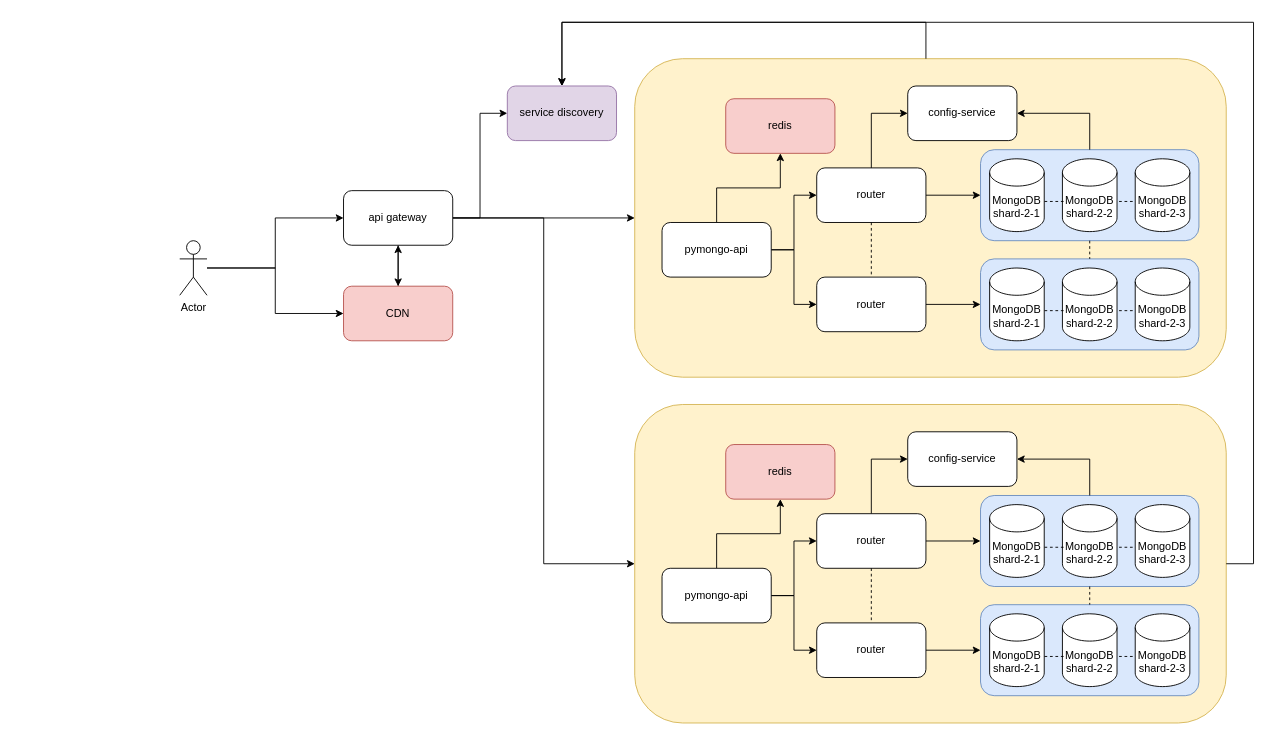
This is docs/schema_with_cdn.drawio from Toolnado/architecture-pro-black_friday, a draw.io file, before an edit. Source tidied: cells renumbered, new cells numbered last; positions are measured from the earlier drawing's top-left corner, leaving out a move shared by most shapes. Both pictures are drawn from the tidied source at 91%, with x=0, y=0 at pixel (179, 22).
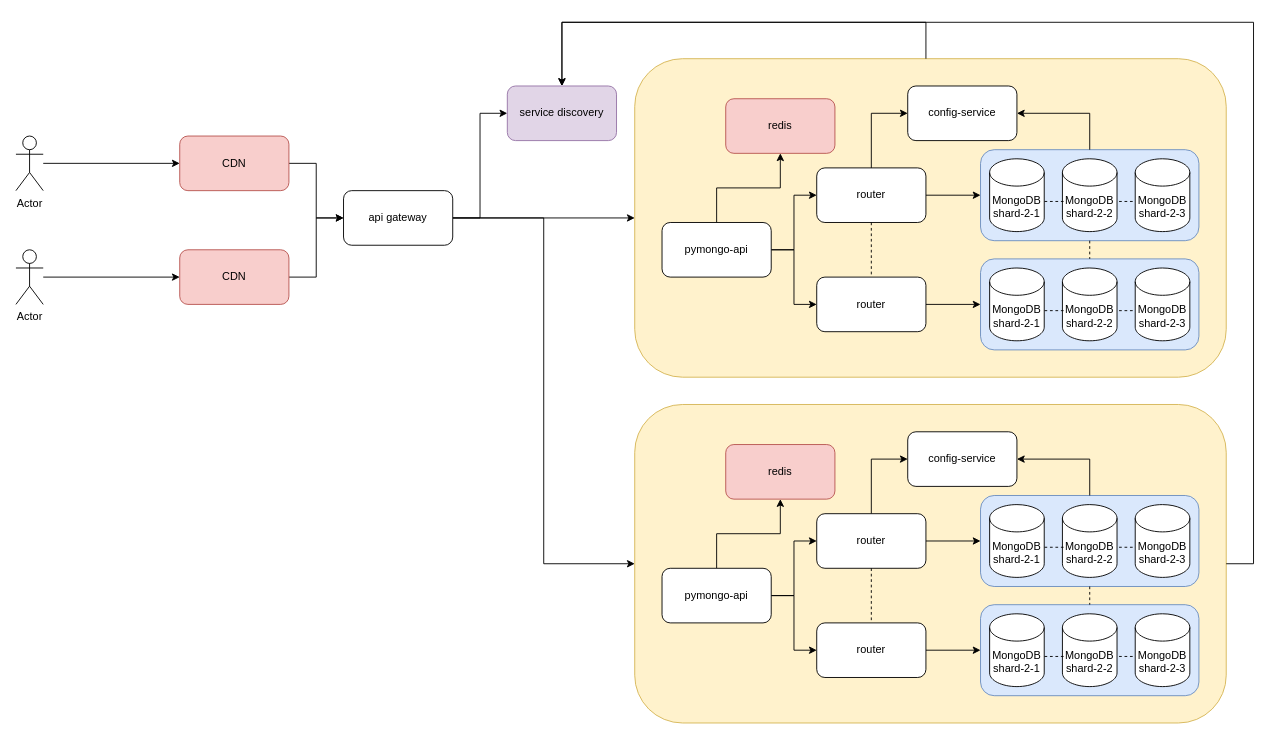
The same page after the edit.

Commit message:
обновил cdn схему

The change refers to these unchanged cells:
```xml
<mxCell id="6" value="api gateway" style="rounded=1;whiteSpace=wrap;html=1;" parent="1" vertex="1">
  <mxGeometry x="180" y="185" width="120" height="60" as="geometry" />
</mxCell>
```

Diff of the diagram source:
```diff
@@
-    <mxCell id="5" style="edgeStyle=orthogonalEdgeStyle;rounded=0;jettySize=auto;html=1;entryX=0.5;entryY=0;entryDx=0;entryDy=0;" parent="1" edge="1" source="6" target="75">
-      <mxGeometry relative="1" as="geometry" />
-    </mxCell>
@@
-    <mxCell id="74" style="edgeStyle=orthogonalEdgeStyle;rounded=0;jettySize=auto;html=1;entryX=0.5;entryY=1;entryDx=0;entryDy=0;" parent="1" edge="1" source="75" target="6">
+    <mxCell id="74" style="edgeStyle=orthogonalEdgeStyle;rounded=0;jettySize=auto;html=1;entryX=0;entryY=0.5;entryDx=0;entryDy=0;" parent="1" edge="1" source="75" target="6">
       <mxGeometry relative="1" as="geometry" />
     </mxCell>
     <mxCell id="75" value="CDN" style="rounded=1;whiteSpace=wrap;html=1;fillColor=#f8cecc;strokeColor=#b85450;" parent="1" vertex="1">
-      <mxGeometry x="180" y="290" width="120" height="60" as="geometry" />
+      <mxGeometry y="125" width="120" height="60" as="geometry" />
     </mxCell>
@@
-    <mxCell id="77" style="edgeStyle=orthogonalEdgeStyle;rounded=0;jettySize=auto;html=1;entryX=0;entryY=0.5;entryDx=0;entryDy=0;" parent="1" edge="1" source="78" target="6">
-      <mxGeometry relative="1" as="geometry" />
-    </mxCell>
     <mxCell id="78" value="Actor" style="shape=umlActor;verticalLabelPosition=bottom;verticalAlign=top;html=1;outlineConnect=0;" parent="1" vertex="1">
-      <mxGeometry y="240" width="30" height="60" as="geometry" />
+      <mxGeometry x="-180" y="125" width="30" height="60" as="geometry" />
     </mxCell>
+    <mxCell id="79" style="edgeStyle=orthogonalEdgeStyle;rounded=0;jettySize=auto;html=1;entryX=0;entryY=0.5;entryDx=0;entryDy=0;" parent="1" edge="1" source="80" target="6">
+      <mxGeometry relative="1" as="geometry" />
+    </mxCell>
+    <mxCell id="80" value="CDN" style="rounded=1;whiteSpace=wrap;html=1;fillColor=#f8cecc;strokeColor=#b85450;" parent="1" vertex="1">
+      <mxGeometry y="250" width="120" height="60" as="geometry" />
+    </mxCell>
+    <mxCell id="81" style="edgeStyle=orthogonalEdgeStyle;rounded=0;jettySize=auto;html=1;entryX=0;entryY=0.5;entryDx=0;entryDy=0;" parent="1" edge="1" source="82" target="80">
+      <mxGeometry relative="1" as="geometry" />
+    </mxCell>
+    <mxCell id="82" value="Actor" style="shape=umlActor;verticalLabelPosition=bottom;verticalAlign=top;html=1;outlineConnect=0;" parent="1" vertex="1">
+      <mxGeometry x="-180" y="250" width="30" height="60" as="geometry" />
+    </mxCell>
```
